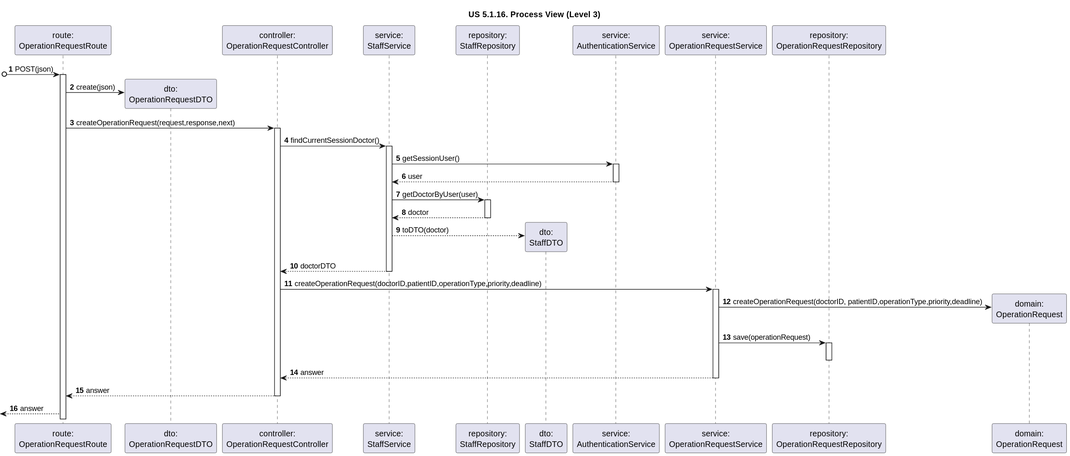
The PlantUML diagram docs/sprint-1/1221933/us-5.1.16/diagrams/n3/process-view-nivel3.svg in rita-barbosa/LAPR5-2425, before a commit.
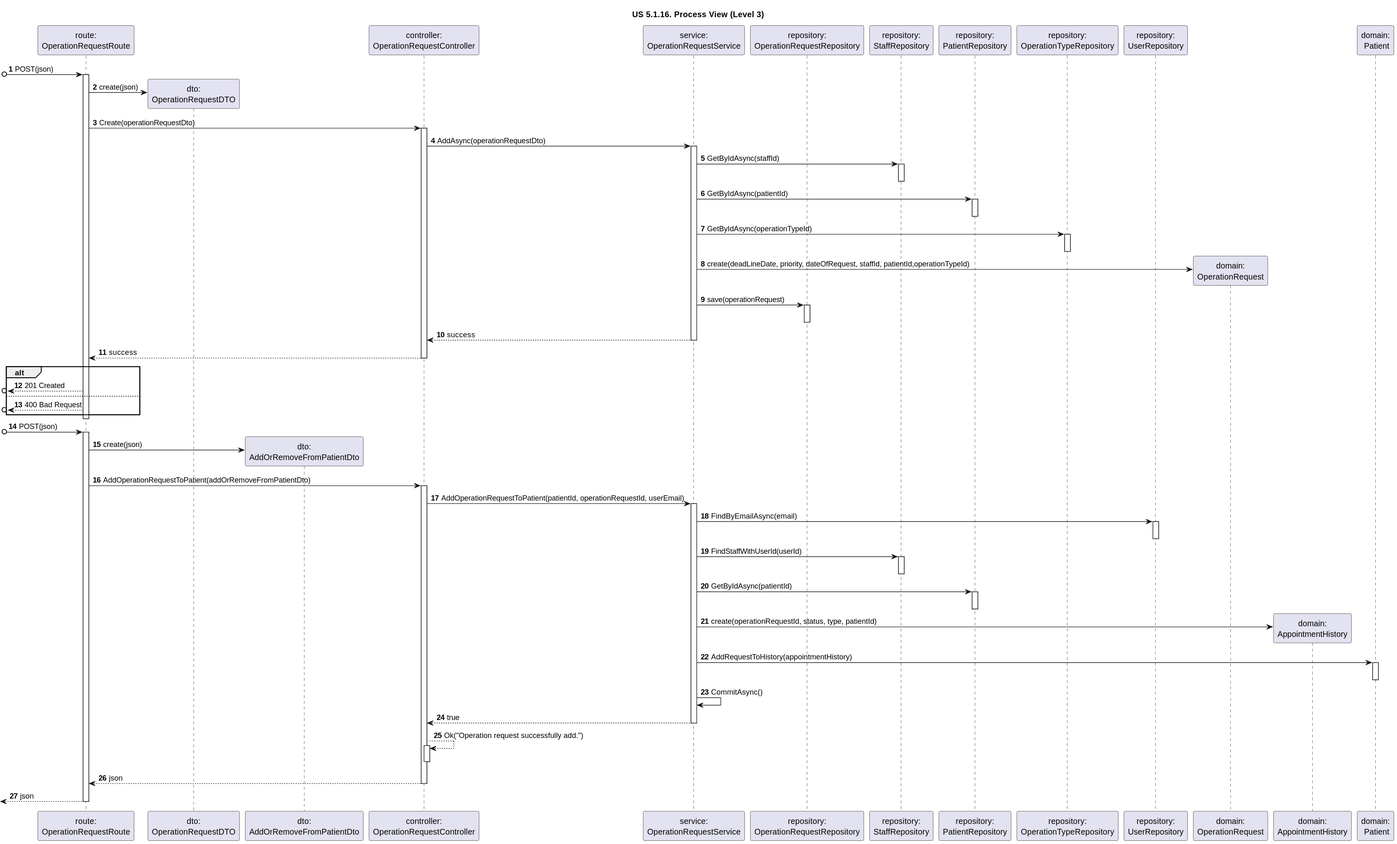
After the change.

The edit, as a diff of the source:
```diff
@@ -6,59 +6,105 @@
 
 participant "route:\nOperationRequestRoute" as ROUTE
 participant "dto:\nOperationRequestDTO" as DTO
+participant "dto:\nAddOrRemoveFromPatientDto" as AddDTO
 participant "controller:\nOperationRequestController" as CTRL
-
-participant "service:\nStaffService" as STAFFServ
-participant "repository:\nStaffRepository" as STAFFRepo
-participant "dto:\nStaffDTO" as StaffDTO
-participant "service:\nAuthenticationService" as AUTHServ
 
 participant "service:\nOperationRequestService" as SER
 participant "repository:\nOperationRequestRepository" as REPO
+participant "repository:\nStaffRepository" as StaffREPO
+participant "repository:\nPatientRepository" as PatientREPO
+participant "repository:\nOperationTypeRepository" as OpTyREPO
+participant "repository:\nUserRepository" as UserREPO
 participant "domain:\nOperationRequest" as OPREQ
+participant "domain:\nAppointmentHistory" as APPHI
+participant "domain:\n Patient" as PAT
 
 [o-> ROUTE : POST(json)
 activate ROUTE
 
 ROUTE -> DTO** : create(json)
 
-ROUTE -> CTRL : createOperationRequest(request,response,next)
+ROUTE -> CTRL : Create(operationRequestDto)
 activate CTRL
 
-CTRL -> STAFFServ : findCurrentSessionDoctor()
-activate STAFFServ
-
-STAFFServ -> AUTHServ : getSessionUser()
-activate AUTHServ
-
-AUTHServ --> STAFFServ : user
-deactivate AUTHServ
-
-STAFFServ -> STAFFRepo : getDoctorByUser(user)
-activate STAFFRepo
-
-STAFFRepo --> STAFFServ : doctor
-deactivate STAFFRepo
-
-STAFFServ --> StaffDTO ** : toDTO(doctor)
-
-STAFFServ --> CTRL : doctorDTO
-deactivate STAFFServ
-
-CTRL -> SER : createOperationRequest(doctorID,patientID,operationType,priority,deadline)
+CTRL -> SER : AddAsync(operationRequestDto)
 activate SER
 
-SER -> OPREQ** : createOperationRequest(doctorID, patientID,operationType,priority,deadline)
+SER -> StaffREPO : GetByIdAsync(staffId)
+activate StaffREPO
+deactivate StaffREPO
+
+SER -> PatientREPO : GetByIdAsync(patientId)
+activate PatientREPO
+deactivate PatientREPO
+
+SER -> OpTyREPO : GetByIdAsync(operationTypeId)
+activate OpTyREPO
+deactivate OpTyREPO
+
+
+SER -> OPREQ** : create(deadLineDate, priority, dateOfRequest, staffId, patientId,operationTypeId)
 
 SER -> REPO : save(operationRequest)
 activate REPO
 deactivate REPO
 
-SER --> CTRL : answer
+SER --> CTRL : success
 deactivate SER
 
-CTRL --> ROUTE : answer
+CTRL --> ROUTE : success
 deactivate CTRL
 
- <-- ROUTE : answer
+alt
+[o<-- ROUTE: 201 Created
+else
+[o<-- ROUTE: 400 Bad Request
+end alt
+
+deactivate ROUTE
+
+
+[o-> ROUTE : POST(json)
+activate ROUTE
+
+ROUTE -> AddDTO** : create(json)
+
+ROUTE -> CTRL : AddOperationRequestToPatient(addOrRemoveFromPatientDto)
+activate CTRL
+
+CTRL -> SER : AddOperationRequestToPatient(patientId, operationRequestId, userEmail)
+activate SER
+
+SER -> UserREPO : FindByEmailAsync(email)
+activate UserREPO
+deactivate UserREPO
+
+SER -> StaffREPO : FindStaffWithUserId(userId)
+activate StaffREPO
+deactivate StaffREPO
+
+SER -> PatientREPO : GetByIdAsync(patientId)
+activate PatientREPO
+deactivate PatientREPO
+
+
+SER -> APPHI** : create(operationRequestId, status, type, patientId)
+
+SER -> PAT : AddRequestToHistory(appointmentHistory)
+activate PAT
+deactivate PAT
+
+SER -> SER : CommitAsync()
+SER --> CTRL : true
+deactivate SER
+
+CTRL --> CTRL : Ok("Operation request successfully add.")
+activate CTRL
+deactivate CTRL
+
+CTRL --> ROUTE : json
+deactivate CTRL
+
+<-- ROUTE : json
+deactivate ROUTE
 @enduml
```
